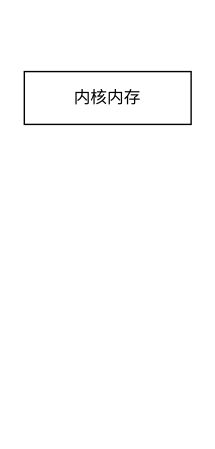
Earlier version of the draw.io diagram fork.drawio (fsJerryChan/fsJerryChan). Source tidied: cells renumbered, new cells numbered last; positions are measured from the earlier drawing's top-left corner, leaving out a move shared by most shapes. Both pictures are drawn from the tidied source at 139%, with x=0, y=0 at pixel (24, 71).
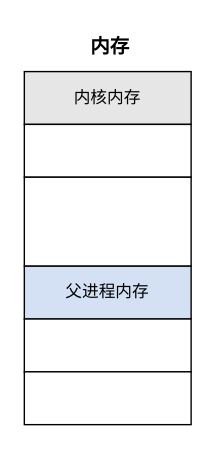
After the change.

What changed in the source:
```diff
@@
 <mxGraphModel>
   <root>
     <mxCell id="0" />
     <mxCell id="1" parent="0" />
-    <mxCell id="2" value="内核内存" style="rounded=0;whiteSpace=wrap;html=1;" parent="1" vertex="1">
+    <mxCell id="2" value="内核内存" style="rounded=0;whiteSpace=wrap;html=1;fillColor=#E6E6E6;" parent="1" vertex="1">
       <mxGeometry width="120" height="38" as="geometry" />
     </mxCell>
+    <mxCell id="3" style="rounded=0;whiteSpace=wrap;html=1;" parent="1" vertex="1">
+      <mxGeometry y="38" width="120" height="38" as="geometry" />
+    </mxCell>
+    <mxCell id="4" style="rounded=0;whiteSpace=wrap;html=1;" parent="1" vertex="1">
+      <mxGeometry y="76" width="120" height="64" as="geometry" />
+    </mxCell>
+    <mxCell id="5" value="父进程内存" style="rounded=0;whiteSpace=wrap;html=1;fillColor=#D4E1F5;" parent="1" vertex="1">
+      <mxGeometry y="140" width="120" height="38" as="geometry" />
+    </mxCell>
+    <mxCell id="6" style="rounded=0;whiteSpace=wrap;html=1;" parent="1" vertex="1">
+      <mxGeometry y="178" width="120" height="38" as="geometry" />
+    </mxCell>
+    <mxCell id="7" style="rounded=0;whiteSpace=wrap;html=1;" parent="1" vertex="1">
+      <mxGeometry y="216" width="120" height="38" as="geometry" />
+    </mxCell>
+    <mxCell id="8" value="&lt;font style=&quot;font-size: 14px;&quot;&gt;&lt;b&gt;内存&lt;/b&gt;&lt;/font&gt;" style="text;strokeColor=none;fillColor=none;html=1;align=center;verticalAlign=middle;whiteSpace=wrap;rounded=0;fontSize=16;" parent="1" vertex="1">
+      <mxGeometry x="32" y="-34" width="60" height="30" as="geometry" />
+    </mxCell>
   </root>
 </mxGraphModel>
```
